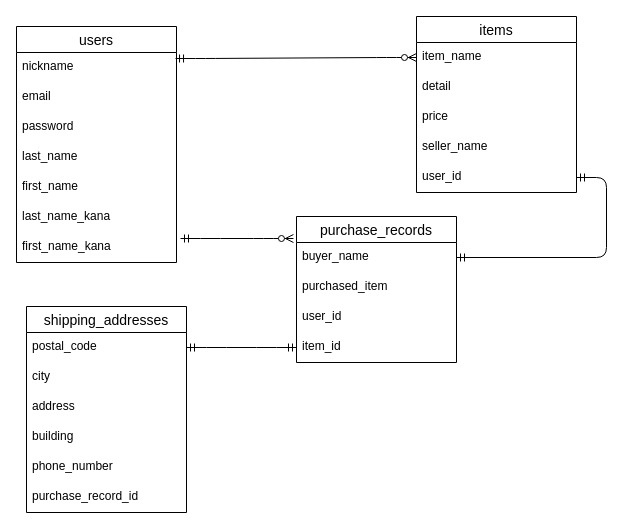
Earlier version of the draw.io diagram furima37120.dio (ken-forest/furima-37120). Source tidied: cells renumbered, new cells numbered last; positions are measured from the earlier drawing's top-left corner, leaving out a move shared by most shapes. Both pictures are drawn from the tidied source at 100%, with x=0, y=0 at pixel (16, 16).
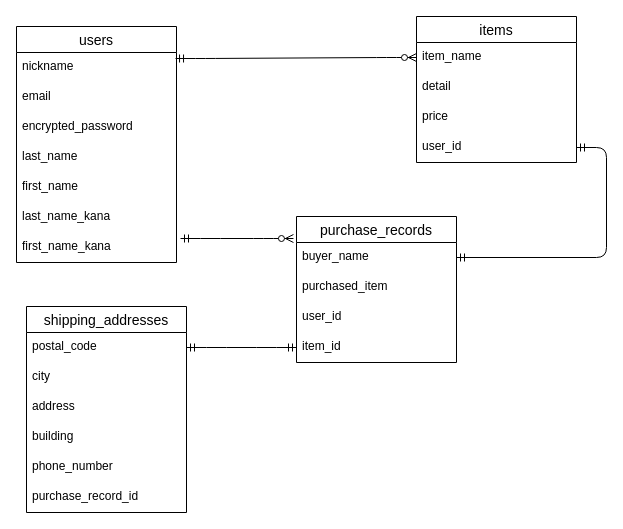
The same diagram, later.

Commit message (it also covers changes not shown here):
README.mdとfurima37120.dioのitemsテーブルからseller_nameのカラムを削除

Unchanged cells that the change refers to:
```xml
<mxCell id="2" value="users" style="swimlane;fontStyle=0;horizontal=1;startSize=26;align=center;fontSize=14;" parent="1" vertex="1">
  <mxGeometry y="10" width="160" height="236" as="geometry" />
</mxCell>
```

Change to the diagram source:
```diff
@@
-    <mxCell id="5" value="password" style="text;strokeColor=none;fillColor=none;spacingLeft=4;spacingRight=4;overflow=hidden;fontSize=12;" parent="2" vertex="1">
+    <mxCell id="5" value="encrypted_password" style="text;strokeColor=none;fillColor=none;spacingLeft=4;spacingRight=4;overflow=hidden;fontSize=12;" parent="2" vertex="1">
       <mxGeometry y="86" width="160" height="30" as="geometry" />
     </mxCell>
@@
     <mxCell id="10" value="items" style="swimlane;fontStyle=0;horizontal=1;startSize=26;align=center;fontSize=14;" parent="1" vertex="1">
-      <mxGeometry x="400" width="160" height="176" as="geometry" />
+      <mxGeometry x="400" width="160" height="146" as="geometry" />
     </mxCell>
@@
-    <mxCell id="14" value="seller_name" style="text;strokeColor=none;fillColor=none;spacingLeft=4;spacingRight=4;overflow=hidden;fontSize=12;" parent="10" vertex="1">
-      <mxGeometry y="116" width="160" height="30" as="geometry" />
-    </mxCell>
     <mxCell id="15" value="user_id" style="text;strokeColor=none;fillColor=none;spacingLeft=4;spacingRight=4;overflow=hidden;points=[[0,0.5],[1,0.5]];portConstraint=eastwest;fontSize=12;" parent="10" vertex="1">
-      <mxGeometry y="146" width="160" height="30" as="geometry" />
+      <mxGeometry y="116" width="160" height="30" as="geometry" />
     </mxCell>
```
